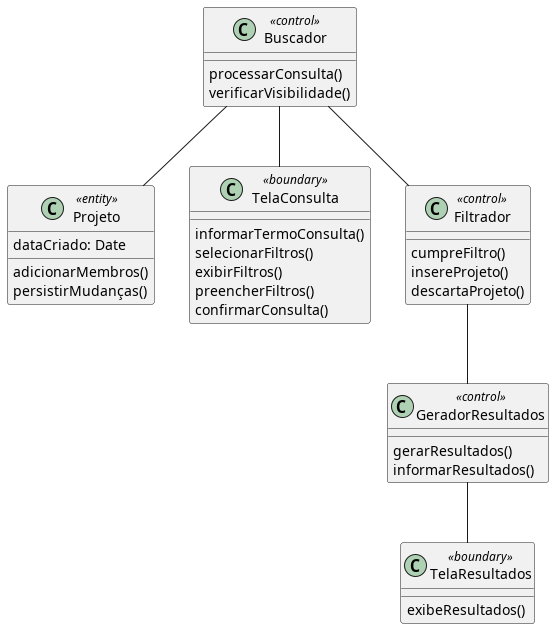
Above: diagramas/classe_projeto/consultar_projeto.png in Pedro-V/projetorium (PlantUML), before the change. The source it was exported from:
```plantuml
@startuml
!includesub base.puml!Projeto

class TelaConsulta <<boundary>> {
  informarTermoConsulta()
  selecionarFiltros()
  exibirFiltros()
  preencherFiltros()
  confirmarConsulta()
}
class TelaResultados <<boundary>> {
  exibeResultados()
}
class Buscador <<control>> {
  processarConsulta()
  verificarVisibilidade()
}

class Filtrador <<control>> {
  cumpreFiltro()
  insereProjeto()
  descartaProjeto()
}

class GeradorResultados <<control>> {
  gerarResultados()
  informarResultados()
}

Buscador -- Filtrador
Filtrador -- GeradorResultados
Buscador -- TelaConsulta
Buscador -- Projeto
GeradorResultados -- TelaResultados
@enduml
```
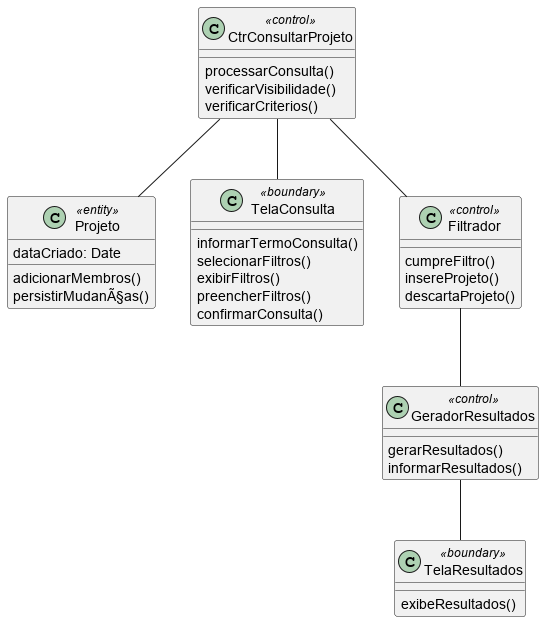
The same file after the commit.

The edit, as a diff of the source:
```diff
@@ -11,9 +11,10 @@
 class TelaResultados <<boundary>> {
   exibeResultados()
 }
-class Buscador <<control>> {
+class CtrConsultarProjeto <<control>> {
   processarConsulta()
   verificarVisibilidade()
+  verificarCriterios()
 }
 
 class Filtrador <<control>> {
@@ -27,9 +28,9 @@
   informarResultados()
 }
 
-Buscador -- Filtrador
+CtrConsultarProjeto -- Filtrador
 Filtrador -- GeradorResultados
-Buscador -- TelaConsulta
-Buscador -- Projeto
+CtrConsultarProjeto -- TelaConsulta
+CtrConsultarProjeto -- Projeto
 GeradorResultados -- TelaResultados
 @enduml
```
